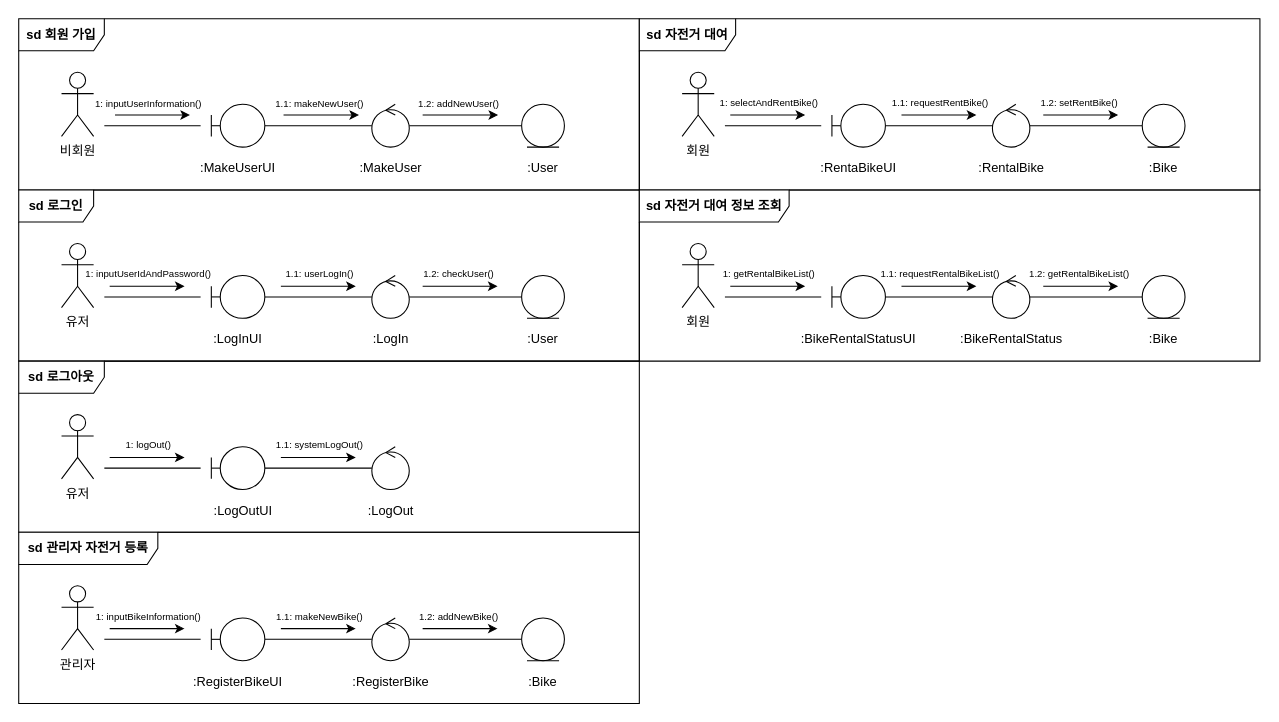
Before: Communication_Diagram.drawio in brian70304/SE_Project2, a draw.io diagram. Source tidied: cells renumbered, new cells numbered last; positions are measured from the earlier drawing's top-left corner, leaving out a move shared by most shapes. Both pictures are drawn from the tidied source at 107%, with x=0, y=0 at pixel (18, 18).
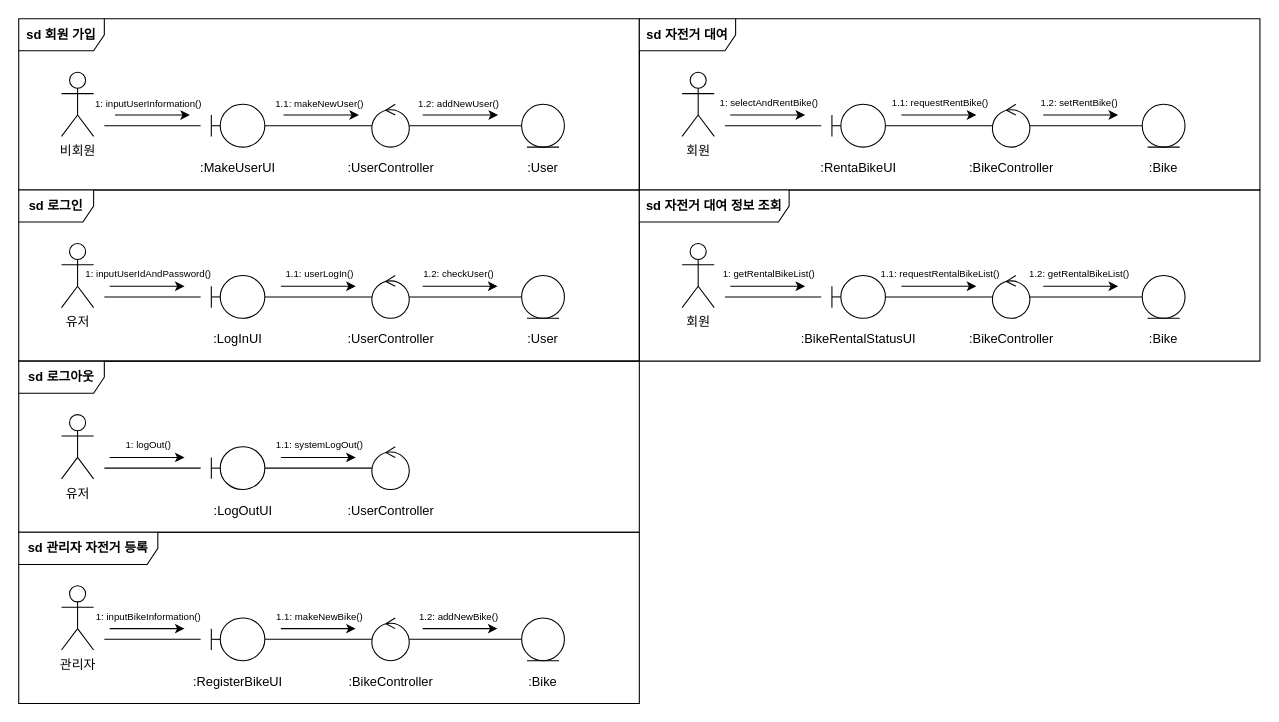
The same diagram, later.

Commit message (it also covers changes not shown here):
Update Communication_Diagram

Change to the diagram source:
```diff
@@
-    <mxCell id="9" value=":MakeUser" style="text;html=1;align=center;verticalAlign=middle;whiteSpace=wrap;rounded=0;" parent="1" vertex="1">
+    <mxCell id="9" value=":UserController" style="text;html=1;align=center;verticalAlign=middle;whiteSpace=wrap;rounded=0;" parent="1" vertex="1">
       <mxGeometry x="317.5" y="130" width="60" height="20" as="geometry" />
     </mxCell>
@@
-    <mxCell id="27" value=":LogIn" style="text;html=1;align=center;verticalAlign=middle;whiteSpace=wrap;rounded=0;" parent="1" vertex="1">
+    <mxCell id="27" value=":UserController" style="text;html=1;align=center;verticalAlign=middle;whiteSpace=wrap;rounded=0;" parent="1" vertex="1">
       <mxGeometry x="317.5" y="290" width="60" height="20" as="geometry" />
     </mxCell>
@@
-    <mxCell id="46" value=":LogOut" style="text;html=1;align=center;verticalAlign=middle;whiteSpace=wrap;rounded=0;" parent="1" vertex="1">
+    <mxCell id="46" value=":UserController" style="text;html=1;align=center;verticalAlign=middle;whiteSpace=wrap;rounded=0;" parent="1" vertex="1">
       <mxGeometry x="317.5" y="450" width="60" height="20" as="geometry" />
     </mxCell>
@@
-    <mxCell id="55" value=":RegisterBike" style="text;html=1;align=center;verticalAlign=middle;whiteSpace=wrap;rounded=0;" parent="1" vertex="1">
+    <mxCell id="55" value=":BikeController" style="text;html=1;align=center;verticalAlign=middle;whiteSpace=wrap;rounded=0;" parent="1" vertex="1">
       <mxGeometry x="317.5" y="610" width="60" height="20" as="geometry" />
     </mxCell>
@@
-    <mxCell id="72" value=":RentalBike" style="text;html=1;align=center;verticalAlign=middle;whiteSpace=wrap;rounded=0;" parent="1" vertex="1">
+    <mxCell id="72" value=":BikeController" style="text;html=1;align=center;verticalAlign=middle;whiteSpace=wrap;rounded=0;" parent="1" vertex="1">
       <mxGeometry x="897.5" y="130" width="60" height="20" as="geometry" />
     </mxCell>
@@
-    <mxCell id="89" value=":BikeRentalStatus" style="text;html=1;align=center;verticalAlign=middle;whiteSpace=wrap;rounded=0;" parent="1" vertex="1">
+    <mxCell id="89" value=":BikeController" style="text;html=1;align=center;verticalAlign=middle;whiteSpace=wrap;rounded=0;" parent="1" vertex="1">
       <mxGeometry x="897.5" y="290" width="60" height="20" as="geometry" />
     </mxCell>
```
